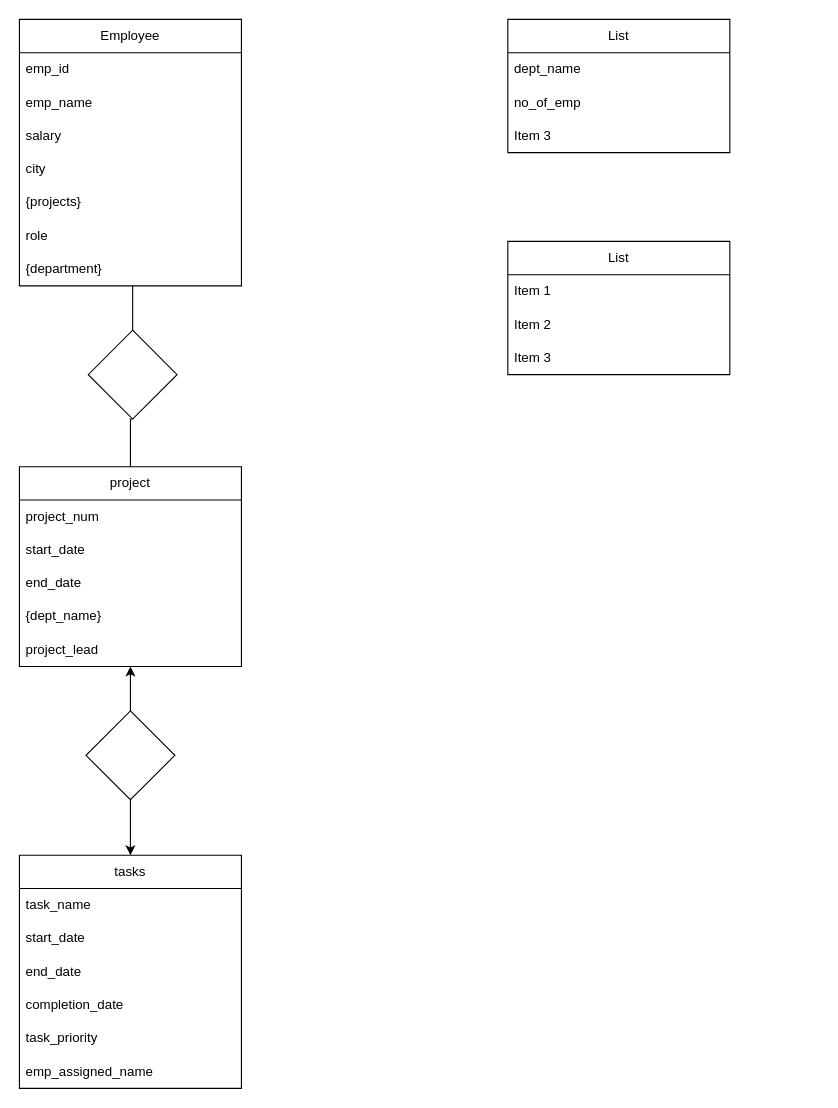
haris-hk/Database-ERD keeps this draw.io diagram as Untitled Diagram.drawio. Above is the earlier version. Source tidied: cells renumbered, new cells numbered last; positions are measured from the earlier drawing's top-left corner, leaving out a move shared by most shapes. Both pictures are drawn from the tidied source at 111%, with x=0, y=0 at pixel (19, 19).
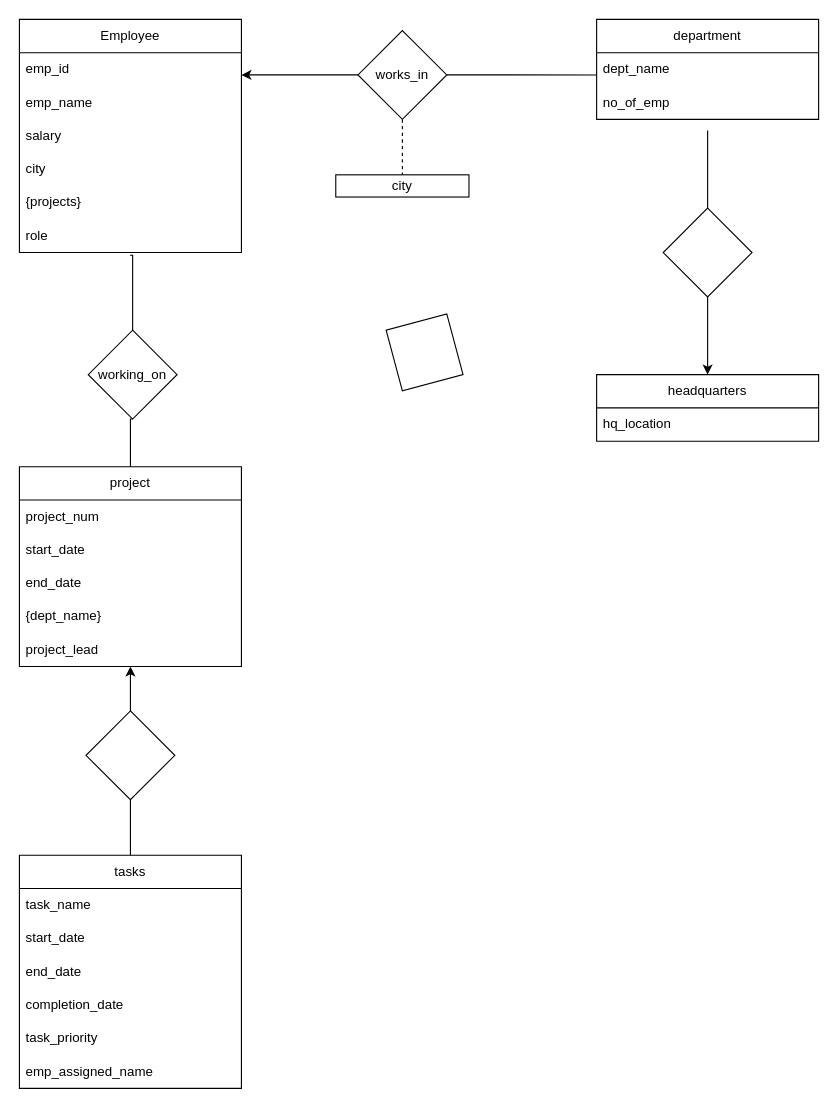
Above is the later version.

The change refers to these unchanged cells:
```xml
<mxCell id="8" value="role" style="text;strokeColor=none;fillColor=none;align=left;verticalAlign=middle;spacingLeft=4;spacingRight=4;overflow=hidden;points=[[0,0.5],[1,0.5]];portConstraint=eastwest;whiteSpace=wrap;html=1;" parent="2" vertex="1">
  <mxGeometry y="180" width="200" height="30" as="geometry" />
</mxCell>
<mxCell id="18" value="no_of_emp" style="text;strokeColor=none;fillColor=none;align=left;verticalAlign=middle;spacingLeft=4;spacingRight=4;overflow=hidden;points=[[0,0.5],[1,0.5]];portConstraint=eastwest;whiteSpace=wrap;html=1;" parent="16" vertex="1">
  <mxGeometry y="60" width="200" height="30" as="geometry" />
</mxCell>
<mxCell id="24" value="tasks" style="swimlane;fontStyle=0;horizontal=1;startSize=30;whiteSpace=wrap;html=1;" parent="1" vertex="1">
  <mxGeometry y="753" width="200" height="210" as="geometry" />
</mxCell>
<mxCell id="33" style="rhombus;whiteSpace=wrap;html=1;" parent="1" vertex="1">
  <mxGeometry x="60" y="623" width="80" height="80" as="geometry" />
</mxCell>
```

The edit, as a diff of the source:
```diff
@@
     <mxCell id="2" value="Employee" style="swimlane;fontStyle=0;horizontal=1;startSize=30;whiteSpace=wrap;html=1;" parent="1" vertex="1">
-      <mxGeometry width="200" height="240" as="geometry" />
+      <mxGeometry width="200" height="210" as="geometry" />
     </mxCell>
@@
-    <mxCell id="9" value="{department}" style="text;strokeColor=none;fillColor=none;align=left;verticalAlign=middle;spacingLeft=4;spacingRight=4;overflow=hidden;whiteSpace=wrap;html=1;" parent="2" vertex="1">
-      <mxGeometry y="210" width="200" height="30" as="geometry" />
-    </mxCell>
@@
-    <mxCell id="16" value="List" style="swimlane;fontStyle=0;horizontal=1;startSize=30;whiteSpace=wrap;html=1;" parent="1" vertex="1">
-      <mxGeometry x="440" width="200" height="120" as="geometry" />
+    <mxCell id="16" value="department" style="swimlane;fontStyle=0;horizontal=1;startSize=30;whiteSpace=wrap;html=1;" parent="1" vertex="1">
+      <mxGeometry x="520" width="200" height="90" as="geometry" />
     </mxCell>
@@
-    <mxCell id="19" value="Item 3" style="text;strokeColor=none;fillColor=none;align=left;verticalAlign=middle;spacingLeft=4;spacingRight=4;overflow=hidden;whiteSpace=wrap;html=1;" parent="16" vertex="1">
-      <mxGeometry y="90" width="200" height="30" as="geometry" />
-    </mxCell>
-    <mxCell id="20" value="List" style="swimlane;fontStyle=0;horizontal=1;startSize=30;whiteSpace=wrap;html=1;" parent="1" vertex="1">
-      <mxGeometry x="440" y="200" width="200" height="120" as="geometry" />
+    <mxCell id="20" value="headquarters" style="swimlane;fontStyle=0;horizontal=1;startSize=30;whiteSpace=wrap;html=1;" parent="1" vertex="1">
+      <mxGeometry x="520" y="320" width="200" height="60" as="geometry" />
     </mxCell>
-    <mxCell id="21" value="Item 1" style="text;strokeColor=none;fillColor=none;align=left;verticalAlign=middle;spacingLeft=4;spacingRight=4;overflow=hidden;whiteSpace=wrap;html=1;" parent="20" vertex="1">
+    <mxCell id="21" value="hq_location" style="text;strokeColor=none;fillColor=none;align=left;verticalAlign=middle;spacingLeft=4;spacingRight=4;overflow=hidden;whiteSpace=wrap;html=1;" parent="20" vertex="1">
       <mxGeometry y="30" width="200" height="30" as="geometry" />
     </mxCell>
-    <mxCell id="22" value="Item 2" style="text;strokeColor=none;fillColor=none;align=left;verticalAlign=middle;spacingLeft=4;spacingRight=4;overflow=hidden;whiteSpace=wrap;html=1;" parent="20" vertex="1">
-      <mxGeometry y="60" width="200" height="30" as="geometry" />
-    </mxCell>
-    <mxCell id="23" value="Item 3" style="text;strokeColor=none;fillColor=none;align=left;verticalAlign=middle;spacingLeft=4;spacingRight=4;overflow=hidden;whiteSpace=wrap;html=1;" parent="20" vertex="1">
-      <mxGeometry y="90" width="200" height="30" as="geometry" />
-    </mxCell>
@@
-    <mxCell id="31" style="edgeStyle=orthogonalEdgeStyle;rounded=0;jettySize=auto;html=1;exitX=0.5;exitY=1;exitDx=0;exitDy=0;entryX=0.5;entryY=0;entryDx=0;entryDy=0;" parent="1" edge="1" source="33" target="24">
+    <mxCell id="31" style="edgeStyle=orthogonalEdgeStyle;rounded=0;jettySize=auto;html=1;exitX=0.5;exitY=1;exitDx=0;exitDy=0;entryX=0.5;entryY=0;entryDx=0;entryDy=0;endArrow=none;endFill=0;" parent="1" edge="1" source="33" target="24">
       <mxGeometry relative="1" as="geometry" />
     </mxCell>
@@
-    <mxCell id="35" style="edgeStyle=orthogonalEdgeStyle;rounded=0;jettySize=auto;html=1;exitX=0.5;exitY=0;exitDx=0;exitDy=0;endArrow=none;endFill=0;" parent="1" edge="1" source="36">
+    <mxCell id="35" style="edgeStyle=orthogonalEdgeStyle;rounded=0;jettySize=auto;html=1;exitX=0.5;exitY=0;exitDx=0;exitDy=0;endArrow=none;endFill=0;entryX=0.498;entryY=1.083;entryDx=0;entryDy=0;entryPerimeter=0;" parent="1" edge="1" source="36" target="8">
       <mxGeometry relative="1" as="geometry">
-        <mxPoint x="102" y="240" as="targetPoint" />
+        <Array as="points">
+          <mxPoint x="102" y="213" />
+        </Array>
       </mxGeometry>
     </mxCell>
-    <mxCell id="36" style="rhombus;whiteSpace=wrap;html=1;" parent="1" vertex="1">
+    <mxCell id="36" value="working_on" style="rhombus;whiteSpace=wrap;html=1;" parent="1" vertex="1">
       <mxGeometry x="62" y="280" width="80" height="80" as="geometry" />
     </mxCell>
+    <mxCell id="37" style="edgeStyle=orthogonalEdgeStyle;rounded=0;jettySize=auto;html=1;exitX=1;exitY=0.5;exitDx=0;exitDy=0;entryX=0;entryY=-0.333;entryDx=0;entryDy=0;entryPerimeter=0;endArrow=none;endFill=0;" parent="1" edge="1" source="39" target="18">
+      <mxGeometry relative="1" as="geometry" />
+    </mxCell>
+    <mxCell id="38" style="edgeStyle=orthogonalEdgeStyle;rounded=0;jettySize=auto;html=1;exitX=0.5;exitY=1;exitDx=0;exitDy=0;dashed=1;endArrow=none;endFill=0;" parent="1" edge="1" source="39" target="44">
+      <mxGeometry relative="1" as="geometry" />
+    </mxCell>
+    <mxCell id="39" value="works_in" style="rhombus;whiteSpace=wrap;html=1;" parent="1" vertex="1">
+      <mxGeometry x="305" y="10" width="80" height="80" as="geometry" />
+    </mxCell>
+    <mxCell id="40" style="edgeStyle=orthogonalEdgeStyle;rounded=0;jettySize=auto;html=1;exitX=0;exitY=0.5;exitDx=0;exitDy=0;" parent="1" edge="1" source="39">
+      <mxGeometry relative="1" as="geometry">
+        <mxPoint x="200" y="50" as="targetPoint" />
+        <Array as="points">
+          <mxPoint x="230" y="50" />
+          <mxPoint x="230" y="50" />
+        </Array>
+      </mxGeometry>
+    </mxCell>
+    <mxCell id="41" style="edgeStyle=orthogonalEdgeStyle;rounded=0;jettySize=auto;html=1;exitX=0.5;exitY=0;exitDx=0;exitDy=0;endArrow=none;endFill=0;" parent="1" edge="1" source="43">
+      <mxGeometry relative="1" as="geometry">
+        <mxPoint x="620" y="100" as="targetPoint" />
+      </mxGeometry>
+    </mxCell>
+    <mxCell id="42" style="edgeStyle=orthogonalEdgeStyle;rounded=0;jettySize=auto;html=1;exitX=0.5;exitY=1;exitDx=0;exitDy=0;entryX=0.5;entryY=0;entryDx=0;entryDy=0;" parent="1" edge="1" source="43" target="20">
+      <mxGeometry relative="1" as="geometry" />
+    </mxCell>
+    <mxCell id="43" style="rhombus;whiteSpace=wrap;html=1;" parent="1" vertex="1">
+      <mxGeometry x="580" y="170" width="80" height="80" as="geometry" />
+    </mxCell>
+    <mxCell id="44" value="city" style="rounded=0;whiteSpace=wrap;html=1;" parent="1" vertex="1">
+      <mxGeometry x="285" y="140" width="120" height="20" as="geometry" />
+    </mxCell>
+    <mxCell id="45" style="rhombus;whiteSpace=wrap;html=1;rotation=30;" parent="1" vertex="1">
+      <mxGeometry x="325" y="260" width="80" height="80" as="geometry" />
+    </mxCell>
```
